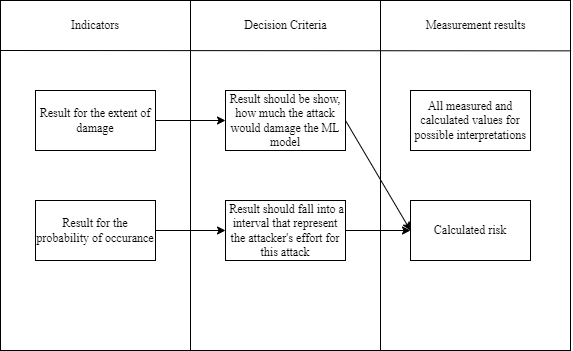
The draw.io diagram masterthesis_tex/pictures/measurement_results_concept.png in EvilWatermelon/Adversarial-Machine-Learning, before a commit. Source tidied: cells renumbered, new cells last; positions are measured from the earlier drawing's top-left corner, leaving out a move shared by most shapes.
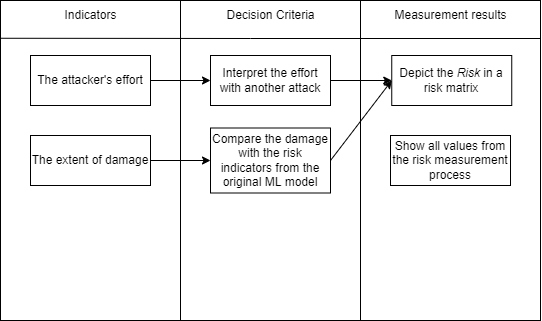
Above is the later version.

Diff of the diagram source:
```diff
@@ -2,59 +2,67 @@
   <root>
     <mxCell id="0" />
     <mxCell id="1" parent="0" />
-    <mxCell id="2" style="rounded=0;whiteSpace=wrap;html=1;" parent="1" vertex="1">
-      <mxGeometry width="190" height="350" as="geometry" />
-    </mxCell>
-    <mxCell id="3" style="rounded=0;whiteSpace=wrap;html=1;" parent="1" vertex="1">
-      <mxGeometry x="190" width="190" height="350" as="geometry" />
-    </mxCell>
-    <mxCell id="4" style="rounded=0;whiteSpace=wrap;html=1;" parent="1" vertex="1">
-      <mxGeometry x="380" width="190" height="350" as="geometry" />
-    </mxCell>
-    <mxCell id="5" style="endArrow=none;html=1;rounded=0;exitX=0;exitY=0.126;exitDx=0;exitDy=0;exitPerimeter=0;entryX=1.003;entryY=0.127;entryDx=0;entryDy=0;entryPerimeter=0;" parent="1" edge="1">
-      <mxGeometry relative="1" as="geometry">
-        <mxPoint y="50" as="sourcePoint" />
-        <mxPoint x="570.6" y="50.3" as="targetPoint" />
-      </mxGeometry>
-    </mxCell>
+    <mxCell id="19" style="rounded=0;whiteSpace=wrap;html=1;" parent="1" vertex="1">
+      <mxGeometry x="100" y="-800" width="180" height="320" as="geometry" />
+    </mxCell>
+    <mxCell id="20" style="rounded=0;whiteSpace=wrap;html=1;" parent="1" vertex="1">
+      <mxGeometry x="280" y="-800" width="180" height="320" as="geometry" />
+    </mxCell>
+    <mxCell id="21" style="rounded=0;whiteSpace=wrap;html=1;" parent="1" vertex="1">
+      <mxGeometry x="460" y="-800" width="180" height="320" as="geometry" />
+    </mxCell>
+    <mxCell id="22" style="endArrow=none;html=1;rounded=0;exitX=0;exitY=0.118;exitDx=0;exitDy=0;exitPerimeter=0;" parent="1" edge="1" source="19">
+      <mxGeometry relative="1" as="geometry">
+        <mxPoint x="640" y="-762" as="targetPoint" />
+        <Array as="points">
+          <mxPoint x="350" y="-762" />
+        </Array>
+      </mxGeometry>
+    </mxCell>
     <mxCell id="6" value="Indicators" style="text;html=1;strokeColor=none;fillColor=none;align=center;verticalAlign=middle;whiteSpace=wrap;rounded=0;" parent="1" vertex="1">
-      <mxGeometry x="65" y="10" width="60" height="30" as="geometry" />
+      <mxGeometry x="137.5" y="-800" width="105" height="30" as="geometry" />
     </mxCell>
     <mxCell id="7" value="Decision Criteria" style="text;html=1;strokeColor=none;fillColor=none;align=center;verticalAlign=middle;whiteSpace=wrap;rounded=0;" parent="1" vertex="1">
-      <mxGeometry x="237.5" y="10" width="95" height="30" as="geometry" />
+      <mxGeometry x="317.5" y="-800" width="105" height="30" as="geometry" />
     </mxCell>
     <mxCell id="8" value="Measurement results" style="text;html=1;strokeColor=none;fillColor=none;align=center;verticalAlign=middle;whiteSpace=wrap;rounded=0;" parent="1" vertex="1">
-      <mxGeometry x="417.5" y="10" width="115" height="30" as="geometry" />
+      <mxGeometry x="488.8" y="-800" width="122.5" height="30" as="geometry" />
     </mxCell>
-    <mxCell id="9" value="Result for the extent of damage" style="rounded=0;whiteSpace=wrap;html=1;" parent="1" vertex="1">
-      <mxGeometry x="35" y="90" width="120" height="60" as="geometry" />
-    </mxCell>
-    <mxCell id="10" value="Result for the probability of occurance" style="rounded=0;whiteSpace=wrap;html=1;" parent="1" vertex="1">
-      <mxGeometry x="35" y="200" width="120" height="60" as="geometry" />
-    </mxCell>
-    <mxCell id="11" value="Result should be show, how much the attack would damage the ML model" style="rounded=0;whiteSpace=wrap;html=1;" parent="1" vertex="1">
-      <mxGeometry x="225" y="90" width="120" height="60" as="geometry" />
-    </mxCell>
-    <mxCell id="12" value="Calculated risk" style="rounded=0;whiteSpace=wrap;html=1;" parent="1" vertex="1">
-      <mxGeometry x="410" y="200" width="120" height="60" as="geometry" />
-    </mxCell>
-    <mxCell id="13" value="&amp;nbsp;Result should fall into a interval that represent the attacker's effort for this attack" style="rounded=0;whiteSpace=wrap;html=1;" parent="1" vertex="1">
-      <mxGeometry x="225" y="200" width="120" height="60" as="geometry" />
-    </mxCell>
-    <mxCell id="14" style="endArrow=classic;html=1;rounded=0;exitX=1;exitY=0.5;exitDx=0;exitDy=0;entryX=0;entryY=0.5;entryDx=0;entryDy=0;" parent="1" edge="1" source="9" target="11">
-      <mxGeometry relative="1" as="geometry" />
-    </mxCell>
-    <mxCell id="15" style="endArrow=classic;html=1;rounded=0;exitX=1;exitY=0.5;exitDx=0;exitDy=0;entryX=0;entryY=0.5;entryDx=0;entryDy=0;" parent="1" edge="1" source="10" target="13">
-      <mxGeometry relative="1" as="geometry" />
-    </mxCell>
-    <mxCell id="16" style="endArrow=classic;html=1;rounded=0;exitX=1;exitY=0.5;exitDx=0;exitDy=0;entryX=0;entryY=0.5;entryDx=0;entryDy=0;" parent="1" edge="1" source="11" target="12">
-      <mxGeometry relative="1" as="geometry" />
-    </mxCell>
-    <mxCell id="17" style="endArrow=classic;html=1;rounded=0;exitX=1;exitY=0.5;exitDx=0;exitDy=0;entryX=0;entryY=0.5;entryDx=0;entryDy=0;" parent="1" edge="1" source="13" target="12">
-      <mxGeometry relative="1" as="geometry" />
-    </mxCell>
-    <mxCell id="18" value="All measured and calculated values for possible interpretations" style="rounded=0;whiteSpace=wrap;html=1;" parent="1" vertex="1">
-      <mxGeometry x="410" y="90" width="120" height="60" as="geometry" />
-    </mxCell>
+    <mxCell id="23" style="endArrow=classic;html=1;rounded=0;exitX=1;exitY=0.5;exitDx=0;exitDy=0;entryX=0;entryY=0.5;entryDx=0;entryDy=0;" parent="1" edge="1">
+      <mxGeometry relative="1" as="geometry">
+        <mxPoint x="250" y="-640" as="sourcePoint" />
+        <mxPoint x="310" y="-640" as="targetPoint" />
+      </mxGeometry>
+    </mxCell>
+    <mxCell id="24" style="endArrow=classic;html=1;rounded=0;exitX=1;exitY=0.5;exitDx=0;exitDy=0;entryX=0;entryY=0.5;entryDx=0;entryDy=0;" parent="1" edge="1">
+      <mxGeometry relative="1" as="geometry">
+        <mxPoint x="250" y="-720" as="sourcePoint" />
+        <mxPoint x="310" y="-720" as="targetPoint" />
+      </mxGeometry>
+    </mxCell>
+    <mxCell id="25" value="The extent of damage" style="rounded=0;whiteSpace=wrap;html=1;" parent="1" vertex="1">
+      <mxGeometry x="130" y="-665" width="120" height="50" as="geometry" />
+    </mxCell>
+    <mxCell id="26" value="The attacker's effort" style="rounded=0;whiteSpace=wrap;html=1;" parent="1" vertex="1">
+      <mxGeometry x="130" y="-745" width="120" height="50" as="geometry" />
+    </mxCell>
+    <mxCell id="27" value="Interpret the effort with another attack" style="rounded=0;whiteSpace=wrap;html=1;" parent="1" vertex="1">
+      <mxGeometry x="310" y="-745" width="120" height="50" as="geometry" />
+    </mxCell>
+    <mxCell id="28" value="Compare the damage with the risk indicators from the original ML model" style="rounded=0;whiteSpace=wrap;html=1;" parent="1" vertex="1">
+      <mxGeometry x="310" y="-672.5" width="120" height="65" as="geometry" />
+    </mxCell>
+    <mxCell id="29" value="Depict the &lt;i&gt;Risk &lt;/i&gt;in a risk matrix" style="rounded=0;whiteSpace=wrap;html=1;" parent="1" vertex="1">
+      <mxGeometry x="491.2" y="-745" width="120" height="50" as="geometry" />
+    </mxCell>
+    <mxCell id="30" style="endArrow=classic;html=1;rounded=0;entryX=0;entryY=0.5;entryDx=0;entryDy=0;exitX=1;exitY=0.5;exitDx=0;exitDy=0;" parent="1" edge="1" source="28" target="29">
+      <mxGeometry relative="1" as="geometry" />
+    </mxCell>
+    <mxCell id="31" style="endArrow=classic;html=1;rounded=0;entryX=0;entryY=0.5;entryDx=0;entryDy=0;exitX=1;exitY=0.5;exitDx=0;exitDy=0;" parent="1" edge="1" source="27" target="29">
+      <mxGeometry relative="1" as="geometry" />
+    </mxCell>
+    <mxCell id="32" value="Show all values from the risk measurement process" style="rounded=0;whiteSpace=wrap;html=1;" parent="1" vertex="1">
+      <mxGeometry x="490" y="-665" width="120" height="50" as="geometry" />
+    </mxCell>
   </root>
 </mxGraphModel>
```
